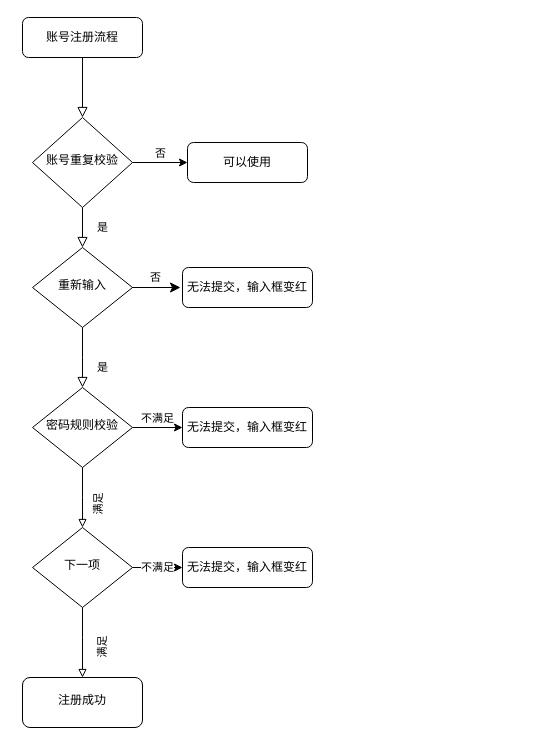
The draw.io diagram Untitled Diagram.drawio in BlackTor-tor/BlackTor_Studying_OpenSystem, before the edit. Source tidied: cells renumbered, new cells numbered last; positions are measured from the earlier drawing's top-left corner, leaving out a move shared by most shapes. Both pictures are drawn from the tidied source at 100%, with x=0, y=0 at pixel (22, 17).
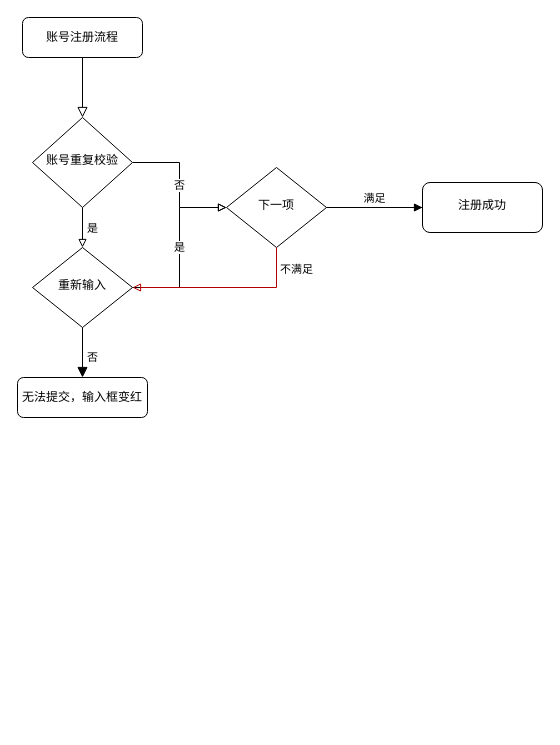
Above is the later version.

Commit message (it also covers changes not shown here):
注册流程图

The change refers to these unchanged cells:
```xml
<mxCell id="6" value="账号重复校验" style="rhombus;whiteSpace=wrap;html=1;shadow=0;fontFamily=Helvetica;fontSize=12;align=center;strokeWidth=1;spacing=6;spacingTop=-4;" parent="1" vertex="1">
  <mxGeometry x="10" y="100" width="100" height="90" as="geometry" />
</mxCell>
<mxCell id="10" value="重新输入" style="rhombus;whiteSpace=wrap;html=1;shadow=0;fontFamily=Helvetica;fontSize=12;align=center;strokeWidth=1;spacing=6;spacingTop=-4;" parent="1" vertex="1">
  <mxGeometry x="10" y="230" width="100" height="80" as="geometry" />
</mxCell>
```

Diff of the diagram source:
```diff
@@
-    <mxCell id="4" value="是" style="rounded=0;html=1;jettySize=auto;fontSize=11;endArrow=block;endFill=0;endSize=8;strokeWidth=1;shadow=0;labelBackgroundColor=none;edgeStyle=orthogonalEdgeStyle;" parent="1" edge="1" source="6" target="10">
-      <mxGeometry y="20" relative="1" as="geometry" />
+    <mxCell id="4" value="是" style="edgeStyle=orthogonalEdgeStyle;rounded=0;jettySize=auto;html=1;startArrow=none;startFill=0;endArrow=block;endFill=0;horizontal=1;verticalAlign=bottom;entryX=0.5;entryY=0;entryDx=0;entryDy=0;" parent="1" edge="1" source="6" target="10">
+      <mxGeometry x="0.5" y="10" relative="1" as="geometry" />
     </mxCell>
-    <mxCell id="5" value="否" style="edgeStyle=orthogonalEdgeStyle;rounded=0;jettySize=auto;html=1;exitX=1;exitY=0.5;exitDx=0;exitDy=0;entryX=0;entryY=0.5;entryDx=0;entryDy=0;startArrow=none;startFill=0;endArrow=classic;endFill=1;verticalAlign=bottom;" parent="1" edge="1" source="6" target="7">
+    <mxCell id="5" value="否" style="edgeStyle=orthogonalEdgeStyle;rounded=0;jettySize=auto;html=1;exitX=1;exitY=0.5;exitDx=0;exitDy=0;entryX=0;entryY=0.5;entryDx=0;entryDy=0;startArrow=none;startFill=0;endArrow=block;endFill=0;fillColor=none;" parent="1" edge="1" source="6" target="19">
       <mxGeometry relative="1" as="geometry" />
     </mxCell>
@@
-    <mxCell id="7" value="可以使用" style="rounded=1;whiteSpace=wrap;html=1;fontSize=12;glass=0;strokeWidth=1;shadow=0;" parent="1" vertex="1">
-      <mxGeometry x="165" y="125" width="120" height="40" as="geometry" />
-    </mxCell>
-    <mxCell id="8" value="是" style="rounded=0;html=1;jettySize=auto;fontSize=11;endArrow=block;endFill=0;endSize=8;strokeWidth=1;shadow=0;labelBackgroundColor=none;edgeStyle=orthogonalEdgeStyle;" parent="1" edge="1" source="10">
-      <mxGeometry x="0.33" y="20" relative="1" as="geometry">
-        <mxPoint x="60" y="370" as="targetPoint" />
-      </mxGeometry>
-    </mxCell>
-    <mxCell id="9" value="否" style="edgeStyle=orthogonalEdgeStyle;rounded=0;html=1;jettySize=auto;orthogonalLoop=1;fontSize=11;endArrow=classic;endFill=1;endSize=8;strokeWidth=1;shadow=0;labelBackgroundColor=none;" parent="1" edge="1">
-      <mxGeometry y="10" relative="1" as="geometry">
-        <mxPoint x="108" y="270" as="sourcePoint" />
-        <mxPoint x="158" y="270" as="targetPoint" />
-      </mxGeometry>
+    <mxCell id="9" value="否" style="edgeStyle=orthogonalEdgeStyle;rounded=0;html=1;jettySize=auto;fontSize=11;endArrow=block;endFill=1;endSize=8;strokeWidth=1;shadow=0;labelBackgroundColor=none;exitX=0.5;exitY=1;exitDx=0;exitDy=0;entryX=0.5;entryY=0;entryDx=0;entryDy=0;" parent="1" edge="1" source="10" target="12">
+      <mxGeometry x="0.2" y="10" relative="1" as="geometry" />
     </mxCell>
+    <mxCell id="21" value="是" style="edgeStyle=orthogonalEdgeStyle;rounded=0;jettySize=auto;html=1;exitX=1;exitY=0.5;exitDx=0;exitDy=0;entryX=0;entryY=0.5;entryDx=0;entryDy=0;startArrow=none;startFill=0;endArrow=block;endFill=0;" parent="1" edge="1" source="10" target="19">
+      <mxGeometry relative="1" as="geometry" />
+    </mxCell>
@@
-    <mxCell id="11" value="不满足" style="edgeStyle=orthogonalEdgeStyle;rounded=0;jettySize=auto;html=1;exitX=1;exitY=0.5;exitDx=0;exitDy=0;startArrow=none;startFill=0;endArrow=classic;endFill=1;verticalAlign=bottom;" parent="1" edge="1" source="15" target="13">
-      <mxGeometry relative="1" as="geometry" />
-    </mxCell>
+    <mxCell id="22" style="edgeStyle=orthogonalEdgeStyle;rounded=0;jettySize=auto;html=1;startArrow=none;startFill=0;endArrow=none;endFill=0;" parent="1" edge="1" source="17" target="19">
+      <mxGeometry relative="1" as="geometry" />
+    </mxCell>
+    <mxCell id="17" value="注册成功" style="rounded=1;whiteSpace=wrap;html=1;shadow=0;strokeWidth=1;spacing=6;spacingTop=-4;" parent="1" vertex="1">
+      <mxGeometry x="400" y="165" width="120" height="50" as="geometry" />
+    </mxCell>
+    <mxCell id="16" value="满足" style="edgeStyle=orthogonalEdgeStyle;rounded=0;jettySize=auto;html=1;exitX=1;exitY=0.5;exitDx=0;exitDy=0;entryX=0;entryY=0.5;entryDx=0;entryDy=0;startArrow=none;startFill=0;endArrow=block;endFill=1;verticalAlign=bottom;" parent="1" edge="1" source="19" target="17">
+      <mxGeometry relative="1" as="geometry" />
+    </mxCell>
+    <mxCell id="19" value="下一项" style="rhombus;whiteSpace=wrap;html=1;shadow=0;fontFamily=Helvetica;fontSize=12;align=center;strokeWidth=1;spacing=6;spacingTop=-4;" parent="1" vertex="1">
+      <mxGeometry x="204" y="150" width="100" height="80" as="geometry" />
+    </mxCell>
     <mxCell id="12" value="无法提交，输入框变红" style="rounded=1;whiteSpace=wrap;html=1;fontSize=12;glass=0;strokeWidth=1;shadow=0;" parent="1" vertex="1">
-      <mxGeometry x="160" y="250" width="130" height="40" as="geometry" />
+      <mxGeometry x="-5" y="360" width="130" height="40" as="geometry" />
     </mxCell>
-    <mxCell id="13" value="无法提交，输入框变红" style="rounded=1;whiteSpace=wrap;html=1;fontSize=12;glass=0;strokeWidth=1;shadow=0;" parent="1" vertex="1">
-      <mxGeometry x="160" y="390" width="130" height="40" as="geometry" />
-    </mxCell>
-    <mxCell id="14" value="满足" style="edgeStyle=orthogonalEdgeStyle;rounded=0;jettySize=auto;html=1;startArrow=none;startFill=0;endArrow=block;endFill=0;verticalAlign=top;horizontal=0;" parent="1" edge="1" source="15">
-      <mxGeometry y="10" relative="1" as="geometry">
-        <mxPoint x="60" y="510" as="targetPoint" />
-        <Array as="points">
-          <mxPoint x="60" y="480" />
-          <mxPoint x="60" y="480" />
-        </Array>
-      </mxGeometry>
-    </mxCell>
-    <mxCell id="15" value="密码规则校验" style="rhombus;whiteSpace=wrap;html=1;shadow=0;fontFamily=Helvetica;fontSize=12;align=center;strokeWidth=1;spacing=6;spacingTop=-4;" parent="1" vertex="1">
-      <mxGeometry x="10" y="370" width="100" height="80" as="geometry" />
-    </mxCell>
-    <mxCell id="16" value="满足" style="edgeStyle=orthogonalEdgeStyle;rounded=0;jettySize=auto;html=1;startArrow=none;startFill=0;endArrow=block;endFill=0;horizontal=0;exitX=0.5;exitY=1;exitDx=0;exitDy=0;" parent="1" edge="1" source="19" target="17">
-      <mxGeometry x="0.14" y="20" relative="1" as="geometry">
-        <Array as="points">
-          <mxPoint x="60" y="620" />
-          <mxPoint x="60" y="620" />
-        </Array>
-      </mxGeometry>
-    </mxCell>
-    <mxCell id="17" value="注册成功" style="rounded=1;whiteSpace=wrap;html=1;shadow=0;strokeWidth=1;spacing=6;spacingTop=-4;" parent="1" vertex="1">
-      <mxGeometry y="660" width="120" height="50" as="geometry" />
-    </mxCell>
-    <mxCell id="18" value="不满足" style="edgeStyle=orthogonalEdgeStyle;rounded=0;jettySize=auto;html=1;exitX=1;exitY=0.5;exitDx=0;exitDy=0;startArrow=none;startFill=0;endArrow=classic;endFill=1;" parent="1" edge="1" source="19">
-      <mxGeometry relative="1" as="geometry">
-        <mxPoint x="160" y="550" as="targetPoint" />
-      </mxGeometry>
-    </mxCell>
-    <mxCell id="19" value="下一项" style="rhombus;whiteSpace=wrap;html=1;shadow=0;fontFamily=Helvetica;fontSize=12;align=center;strokeWidth=1;spacing=6;spacingTop=-4;" parent="1" vertex="1">
-      <mxGeometry x="10" y="510" width="100" height="80" as="geometry" />
-    </mxCell>
-    <mxCell id="20" value="无法提交，输入框变红" style="rounded=1;whiteSpace=wrap;html=1;fontSize=12;glass=0;strokeWidth=1;shadow=0;" parent="1" vertex="1">
-      <mxGeometry x="160" y="530" width="130" height="40" as="geometry" />
-    </mxCell>
+    <mxCell id="23" value="不满足" style="edgeStyle=orthogonalEdgeStyle;rounded=0;jettySize=auto;html=1;exitX=0.5;exitY=1;exitDx=0;exitDy=0;startArrow=none;startFill=0;endArrow=block;endFill=0;verticalAlign=bottom;horizontal=1;fillColor=#e51400;strokeColor=#B20000;" parent="1" edge="1" source="19">
+      <mxGeometry x="-0.66" y="20" relative="1" as="geometry">
+        <mxPoint x="110" y="270" as="targetPoint" />
+        <Array as="points">
+          <mxPoint x="254" y="230" />
+          <mxPoint x="254" y="270" />
+        </Array>
+      </mxGeometry>
+    </mxCell>
```
